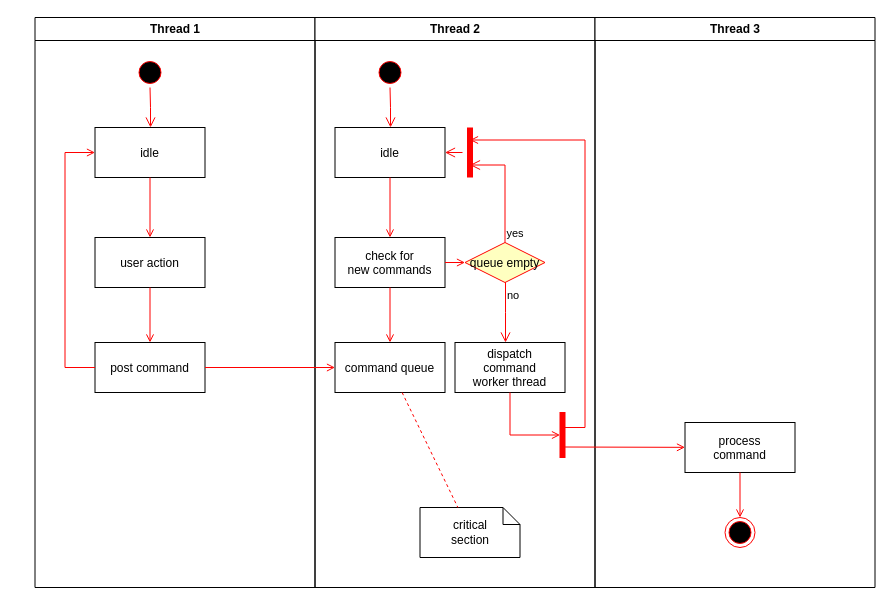
This is java/Untitled Diagram.drawio from RdAllen/algo, a draw.io file, before an edit. Source tidied: cells renumbered, new cells numbered last; positions are measured from the earlier drawing's top-left corner, leaving out a move shared by most shapes. Both pictures are drawn from the tidied source at 100%, with x=0, y=0 at pixel (34, 17).
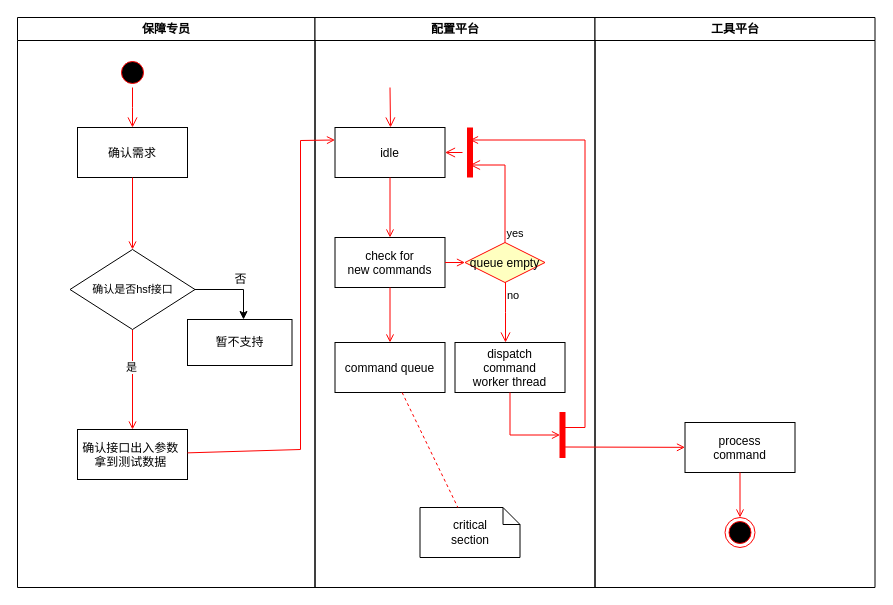
The same page after the edit.

The change refers to these unchanged cells:
```xml
<mxCell id="14" value="idle" parent="11" vertex="1">
  <mxGeometry x="20" y="110" width="110" height="50" as="geometry" />
</mxCell>
<mxCell id="17" value="command queue" parent="11" vertex="1">
  <mxGeometry x="20" y="325" width="110" height="50" as="geometry" />
</mxCell>
```

The edit, as a diff of the source:
```diff
@@
-    <mxCell id="2" value="Thread 1" style="swimlane;whiteSpace=wrap;" parent="1" vertex="1">
-      <mxGeometry x="0.5" width="280" height="570" as="geometry" />
+    <mxCell id="2" value="保障专员" style="swimlane;whiteSpace=wrap;" parent="1" vertex="1">
+      <mxGeometry x="-17" width="297.5" height="570" as="geometry" />
     </mxCell>
@@
-    <mxCell id="5" value="idle" parent="2" vertex="1">
+    <mxCell id="5" value="确认需求" parent="2" vertex="1">
       <mxGeometry x="60" y="110" width="110" height="50" as="geometry" />
     </mxCell>
-    <mxCell id="6" value="user action" parent="2" vertex="1">
-      <mxGeometry x="60" y="220" width="110" height="50" as="geometry" />
-    </mxCell>
-    <mxCell id="7" style="endArrow=open;strokeColor=#FF0000;endFill=1;rounded=0;" parent="2" edge="1" source="5" target="6">
+    <mxCell id="7" style="endArrow=open;strokeColor=#FF0000;endFill=1;rounded=0;entryX=0.5;entryY=0;entryDx=0;entryDy=0;" parent="2" edge="1" source="5" target="38">
       <mxGeometry relative="1" as="geometry" />
     </mxCell>
-    <mxCell id="8" value="post command" parent="2" vertex="1">
-      <mxGeometry x="60" y="325" width="110" height="50" as="geometry" />
+    <mxCell id="8" value="确认接口出入参数 &#10;拿到测试数据 " parent="2" vertex="1">
+      <mxGeometry x="60" y="412" width="110" height="50" as="geometry" />
     </mxCell>
-    <mxCell id="9" style="endArrow=open;strokeColor=#FF0000;endFill=1;rounded=0;" parent="2" edge="1" source="6" target="8">
+    <mxCell id="9" style="endArrow=open;strokeColor=#FF0000;endFill=1;rounded=0;exitX=0.5;exitY=1;exitDx=0;exitDy=0;" parent="2" edge="1" source="38" target="8">
       <mxGeometry relative="1" as="geometry" />
     </mxCell>
-    <mxCell id="10" style="edgeStyle=elbowEdgeStyle;elbow=horizontal;strokeColor=#FF0000;endArrow=open;endFill=1;rounded=0;" parent="2" edge="1" source="8" target="5">
-      <mxGeometry relative="1" as="geometry">
-        <Array as="points">
-          <mxPoint x="30" y="250" />
-        </Array>
-      </mxGeometry>
-    </mxCell>
+    <mxCell id="37" value="是" style="edgeLabel;html=1;align=center;verticalAlign=middle;" parent="9" vertex="1">
+      <mxGeometry x="-0.27" y="-2" relative="1" as="geometry" />
+    </mxCell>
+    <mxCell id="38" value="&lt;span&gt;&lt;font style=&quot;font-size: 11px&quot;&gt;确认是否hsf接口&lt;/font&gt;&lt;/span&gt;" style="rhombus;whiteSpace=wrap;html=1;" parent="2" vertex="1">
+      <mxGeometry x="52.5" y="232" width="125" height="80" as="geometry" />
+    </mxCell>
+    <mxCell id="39" value="暂不支持" style="whiteSpace=wrap;html=1;" parent="2" vertex="1">
+      <mxGeometry x="170" y="302" width="104.5" height="46" as="geometry" />
+    </mxCell>
+    <mxCell id="40" style="edgeStyle=orthogonalEdgeStyle;rounded=0;jettySize=auto;html=1;" parent="2" edge="1" source="38" target="39">
+      <mxGeometry relative="1" as="geometry">
+        <Array as="points">
+          <mxPoint x="226" y="272" />
+        </Array>
+      </mxGeometry>
+    </mxCell>
-    <mxCell id="11" value="Thread 2" style="swimlane;whiteSpace=wrap;" parent="1" vertex="1">
+    <mxCell id="11" value="配置平台" style="swimlane;whiteSpace=wrap;" parent="1" vertex="1">
       <mxGeometry x="280.5" width="280" height="570" as="geometry" />
     </mxCell>
-    <mxCell id="12" style="ellipse;shape=startState;fillColor=#000000;strokeColor=#ff0000;" parent="11" vertex="1">
-      <mxGeometry x="60" y="40" width="30" height="30" as="geometry" />
-    </mxCell>
-    <mxCell id="13" style="edgeStyle=elbowEdgeStyle;elbow=horizontal;verticalAlign=bottom;endArrow=open;endSize=8;strokeColor=#FF0000;endFill=1;rounded=0;" parent="11" edge="1" source="12" target="14">
-      <mxGeometry x="40" y="20" as="geometry" />
+    <mxCell id="13" style="edgeStyle=elbowEdgeStyle;elbow=horizontal;verticalAlign=bottom;endArrow=open;endSize=8;strokeColor=#FF0000;endFill=1;rounded=0;" parent="11" edge="1" target="14">
+      <mxGeometry x="40" y="20" as="geometry">
+        <mxPoint x="75" y="70" as="sourcePoint" />
+      </mxGeometry>
     </mxCell>
@@
-    <mxCell id="30" value="Thread 3" style="swimlane;whiteSpace=wrap;" parent="1" vertex="1">
+    <mxCell id="30" value="工具平台" style="swimlane;whiteSpace=wrap;" parent="1" vertex="1">
       <mxGeometry x="560.5" width="280" height="570" as="geometry" />
     </mxCell>
@@
-    <mxCell id="36" style="endArrow=open;strokeColor=#FF0000;endFill=1;rounded=0;" parent="1" edge="1" source="8" target="17">
-      <mxGeometry relative="1" as="geometry" />
+    <mxCell id="36" style="endArrow=open;strokeColor=#FF0000;endFill=1;rounded=0;entryX=0;entryY=0.25;entryDx=0;entryDy=0;" parent="1" edge="1" source="8" target="14">
+      <mxGeometry relative="1" as="geometry">
+        <Array as="points">
+          <mxPoint x="266" y="432" />
+          <mxPoint x="266" y="123" />
+        </Array>
+      </mxGeometry>
     </mxCell>
+    <mxCell id="41" value="否" style="text;html=1;align=center;verticalAlign=middle;" parent="1" vertex="1">
+      <mxGeometry x="191" y="252" width="30" height="20" as="geometry" />
+    </mxCell>
```
